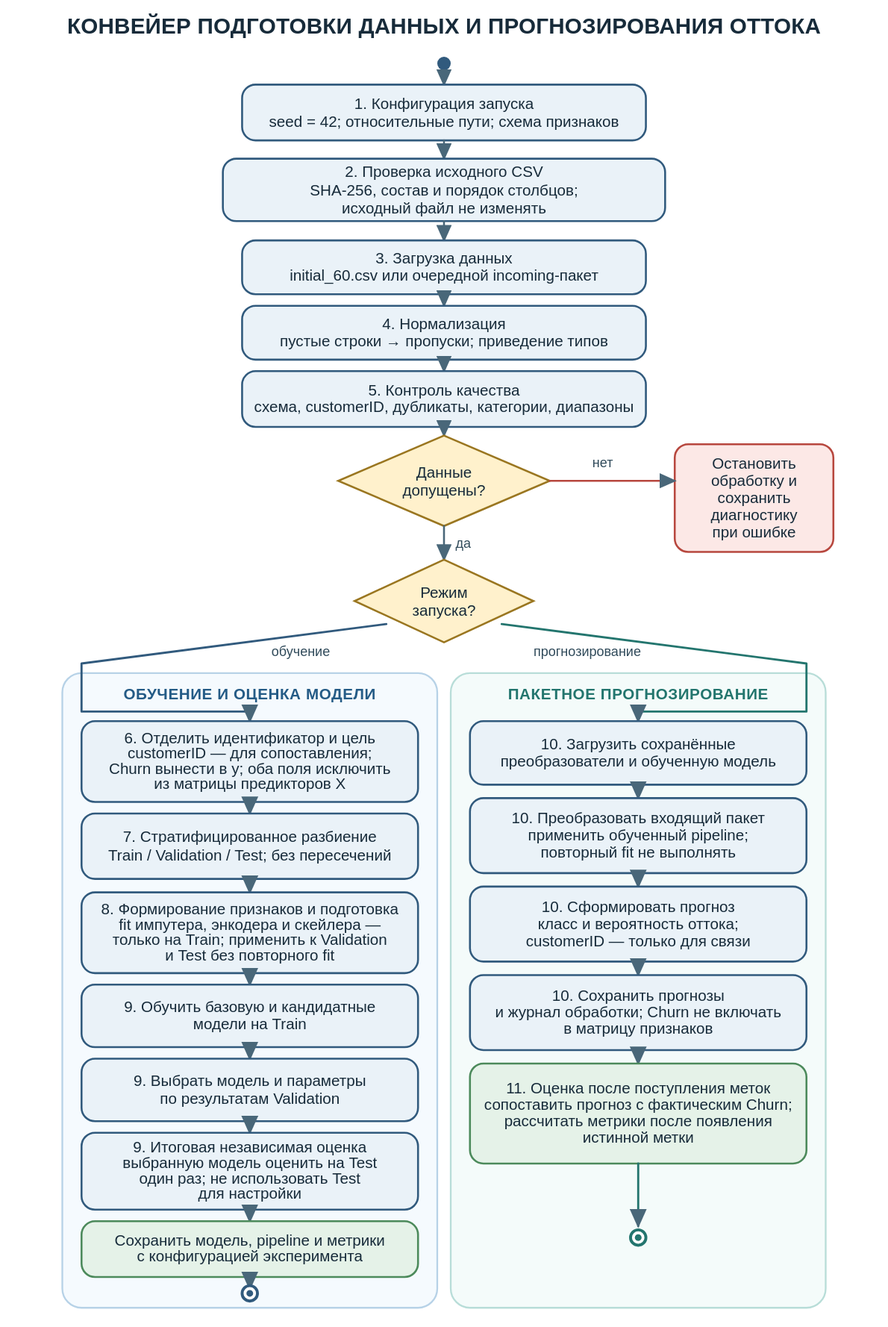
Above: reports/pipeline/diagrams/ml_pipeline_activity.svg in Lofold/telco-customer-churn-ml (PlantUML), before the change. Its source is kept beside it as reports/pipeline/diagrams/ml_pipeline_activity.puml.
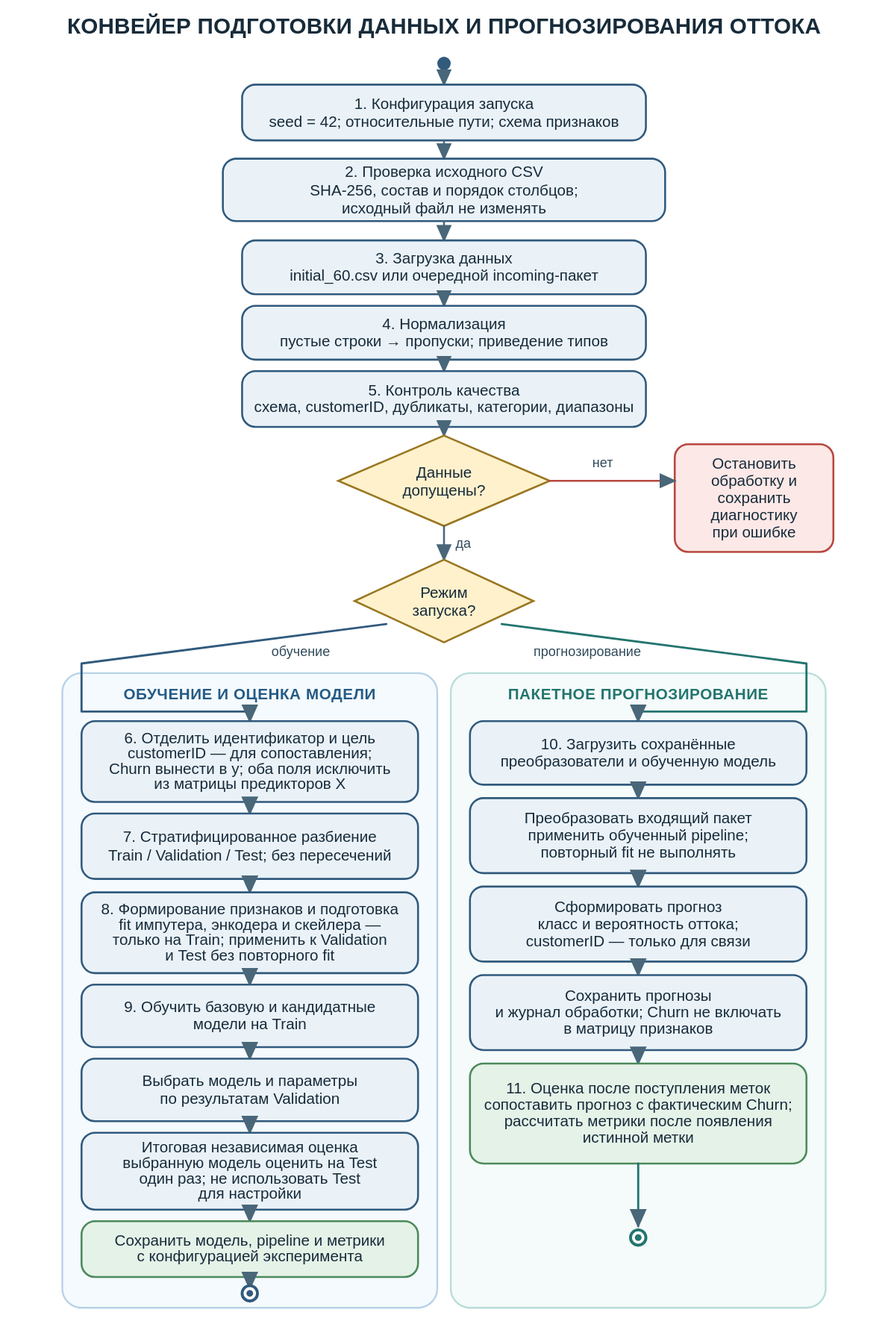
After the commit.

Commit message:
docs: polish unified pipeline diagram labels

The edit, as a diff of the source:
```diff
@@ -22,16 +22,16 @@
       :7. Стратифицированно разделить данные на Train, Validation и Test;
       :8. Сформировать признаки; fit импутера, энкодера и скейлера только на Train;\nприменить преобразования к Validation и Test;
       :9. Обучить базовую и кандидатные модели на Train;
-      :9. Выбрать модель и параметры по Validation;
-      :9. Один раз оценить выбранную модель на Test;\nне использовать Test для настройки;
+      :Выбрать модель и параметры по Validation;
+      :Один раз оценить выбранную модель на Test;\nне использовать Test для настройки;
       :Сохранить модель, pipeline, метрики и конфигурацию эксперимента;
     }
   else (прогнозирование)
     partition "Пакетное прогнозирование" {
       :10. Загрузить сохранённые преобразователи и обученную модель;
-      :10. Применить обученный pipeline к входящему пакету;\nповторный fit не выполнять;
-      :10. Сформировать класс и вероятность оттока;\ncustomerID использовать только для сопоставления;
-      :10. Сохранить прогнозы и журнал обработки;\nChurn не включать в матрицу признаков;
+      :Преобразовать входящий пакет обученным pipeline;\nповторный fit не выполнять;
+      :Сформировать класс и вероятность оттока;\ncustomerID использовать только для сопоставления;
+      :Сохранить прогнозы и журнал обработки;\nChurn не включать в матрицу признаков;
       :11. После поступления фактического Churn сопоставить метки и рассчитать метрики;
     }
   endif
```
